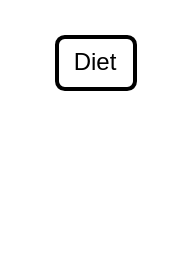
Earlier version of the draw.io diagram page "ページ2" (2 of 2) of Ministries.drawio (benstanfish/Diagrams). Source tidied: cells renumbered, new cells numbered last; positions are measured from the earlier drawing's top-left corner, leaving out a move shared by most shapes. Both pictures are drawn from the tidied source at 200%, with x=0, y=0 at pixel (56, 36).
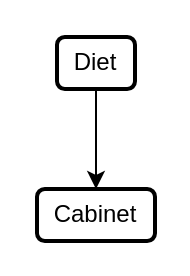
The same page after the edit.

Commit message (it also covers changes not shown here):
Ministries.drawio を更新します

Diff of the diagram source:
```diff
@@
 <mxGraphModel>
   <root>
     <mxCell id="0" />
     <mxCell id="1" parent="0" />
+    <mxCell id="3" style="edgeStyle=orthogonalEdgeStyle;rounded=0;jettySize=auto;html=1;entryX=0.5;entryY=0;entryDx=0;entryDy=0;" parent="1" edge="1" source="2" target="4">
+      <mxGeometry relative="1" as="geometry" />
+    </mxCell>
     <mxCell id="2" value="Diet" style="rounded=1;whiteSpace=wrap;html=1;strokeWidth=2;" parent="1" vertex="1">
       <mxGeometry width="39" height="26" as="geometry" />
     </mxCell>
+    <mxCell id="4" value="Cabinet" style="rounded=1;whiteSpace=wrap;html=1;strokeWidth=2;" parent="1" vertex="1">
+      <mxGeometry x="-10" y="76" width="59" height="26" as="geometry" />
+    </mxCell>
   </root>
 </mxGraphModel>
```
